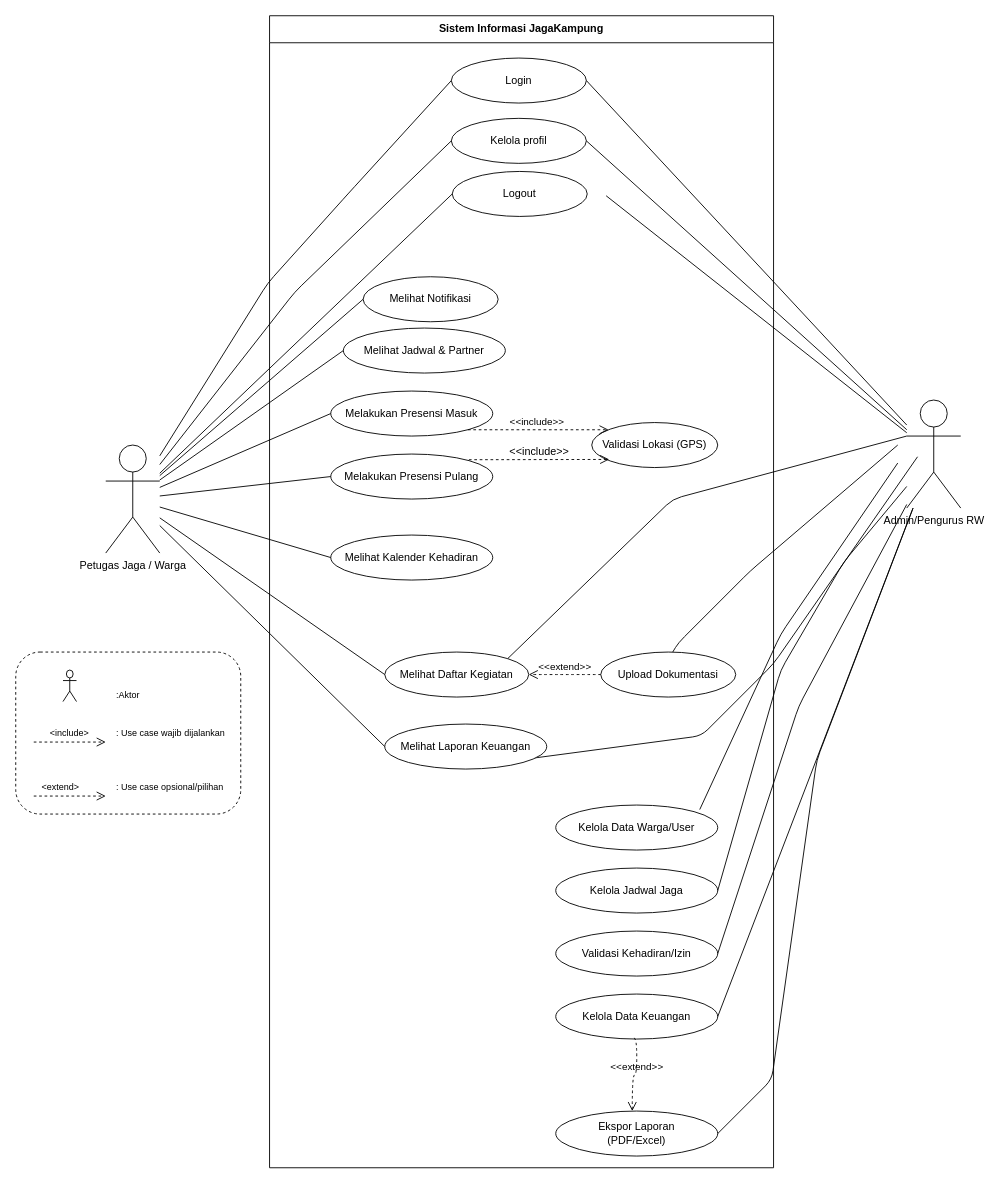
ChalvinJulianSusanto/UKK-JagaKampung keeps this draw.io diagram as docs/JagaKampung_UseCase_Diagram.drawio. Above is the earlier version. Source tidied: cells renumbered, new cells numbered last; positions are measured from the earlier drawing's top-left corner, leaving out a move shared by most shapes. Both pictures are drawn from the tidied source at 90%, with x=0, y=0 at pixel (15, 15).
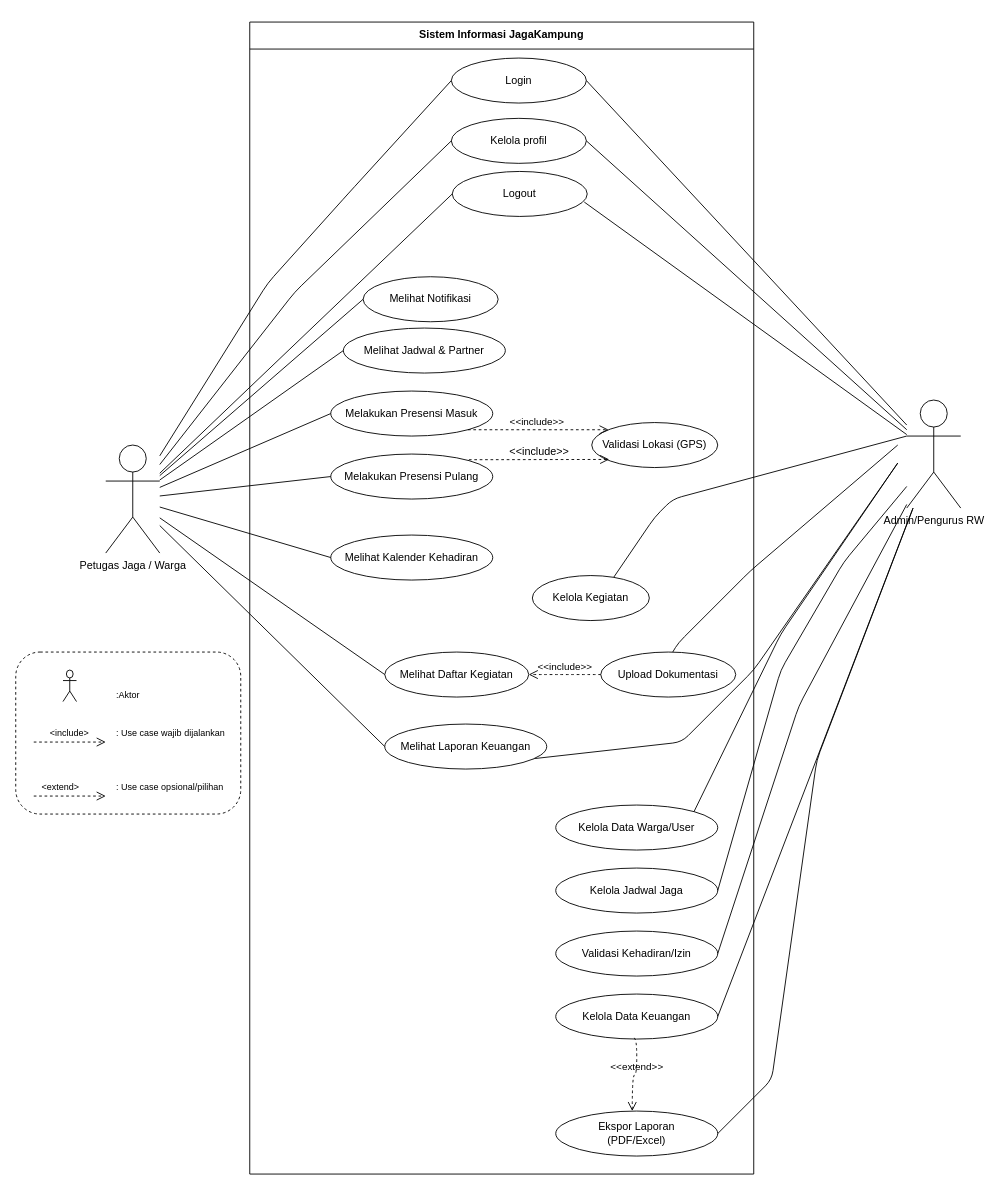
The same page after the edit.

Unchanged cells that the change refers to:
```xml
<mxCell id="6" value="Admin/Pengurus RW" style="shape=umlActor;verticalLabelPosition=bottom;verticalAlign=top;html=1;outlineConnect=0;labelBackgroundColor=none;" parent="1" vertex="1">
  <mxGeometry x="990" y="427" width="60" height="120" as="geometry" />
</mxCell>
<mxCell id="9" value="Logout" style="ellipse;whiteSpace=wrap;html=1;labelBackgroundColor=none;" parent="1" vertex="1">
  <mxGeometry x="485" y="173" width="150" height="50" as="geometry" />
</mxCell>
<mxCell id="16" value="Melihat Daftar Kegiatan" style="ellipse;whiteSpace=wrap;html=1;labelBackgroundColor=none;" parent="1" vertex="1">
  <mxGeometry x="410" y="707" width="160" height="50" as="geometry" />
</mxCell>
<mxCell id="17" value="Upload Dokumentasi" style="ellipse;whiteSpace=wrap;html=1;labelBackgroundColor=none;" parent="1" vertex="1">
  <mxGeometry x="650" y="707" width="150" height="50" as="geometry" />
</mxCell>
<mxCell id="19" value="Kelola Data Warga/User" style="ellipse;whiteSpace=wrap;html=1;labelBackgroundColor=none;" parent="1" vertex="1">
  <mxGeometry x="600" y="877" width="180" height="50" as="geometry" />
</mxCell>
```

Diff of the diagram source:
```diff
@@
     <mxCell id="2" value="Sistem Informasi JagaKampung" style="swimlane;whiteSpace=wrap;html=1;startSize=23;rounded=0;fontStyle=1;align=center;verticalAlign=top;horizontal=1;startSize=30;labelBackgroundColor=none;" parent="1" vertex="1">
-      <mxGeometry x="282" width="560" height="1280" as="geometry" />
+      <mxGeometry x="260" y="7" width="560" height="1280" as="geometry" />
     </mxCell>
@@
-    <mxCell id="4" style="edgeStyle=none;html=1;endArrow=none;entryX=1;entryY=0.5;entryDx=0;entryDy=0;labelBackgroundColor=none;fontColor=default;" parent="2" edge="1" source="6">
-      <mxGeometry relative="1" as="geometry">
-        <mxPoint x="374" y="200" as="targetPoint" />
-      </mxGeometry>
-    </mxCell>
@@
-    <mxCell id="35" style="edgeStyle=none;html=1;endArrow=none;entryX=1;entryY=0.5;entryDx=0;entryDy=0;labelBackgroundColor=none;fontColor=default;" parent="1" edge="1">
+    <mxCell id="35" style="edgeStyle=none;html=1;endArrow=none;entryX=1;entryY=0;entryDx=0;entryDy=0;labelBackgroundColor=none;fontColor=default;" parent="1" edge="1" target="19">
       <mxGeometry relative="1" as="geometry">
         <mxPoint x="980" y="497" as="sourcePoint" />
-        <mxPoint x="760" y="882" as="targetPoint" />
         <Array as="points">
           <mxPoint x="850" y="687" />
         </Array>
       </mxGeometry>
     </mxCell>
@@
-    <mxCell id="38" style="edgeStyle=none;html=1;endArrow=none;entryX=1;entryY=0;entryDx=0;entryDy=0;labelBackgroundColor=none;fontColor=default;" parent="1" edge="1" target="16">
+    <mxCell id="38" style="edgeStyle=none;html=1;endArrow=none;labelBackgroundColor=none;fontColor=default;entryX=0.687;entryY=0.071;entryDx=0;entryDy=0;entryPerimeter=0;" parent="1" edge="1" target="57">
       <mxGeometry relative="1" as="geometry">
         <mxPoint x="990" y="467" as="sourcePoint" />
         <Array as="points">
           <mxPoint x="730" y="537" />
+          <mxPoint x="710" y="557" />
         </Array>
       </mxGeometry>
     </mxCell>
@@
-    <mxCell id="42" value="&amp;lt;&amp;lt;extend&amp;gt;&amp;gt;" style="html=1;verticalAlign=bottom;endArrow=open;dashed=1;endSize=8;edgeStyle=orthogonalEdgeStyle;curved=1;labelBackgroundColor=none;fontColor=default;align=center;" parent="1" edge="1" source="17" target="16">
+    <mxCell id="42" value="&amp;lt;&amp;lt;include&amp;gt;&amp;gt;" style="html=1;verticalAlign=bottom;endArrow=open;dashed=1;endSize=8;edgeStyle=orthogonalEdgeStyle;curved=1;labelBackgroundColor=none;fontColor=default;align=center;" parent="1" edge="1" source="17" target="16">
       <mxGeometry relative="1" as="geometry" />
     </mxCell>
@@
+    <mxCell id="4" style="edgeStyle=none;html=1;endArrow=none;entryX=0.978;entryY=0.68;entryDx=0;entryDy=0;labelBackgroundColor=none;fontColor=default;entryPerimeter=0;" parent="1" edge="1" source="6" target="9">
+      <mxGeometry relative="1" as="geometry" />
+    </mxCell>
+    <mxCell id="57" value="Kelola Kegiatan" style="ellipse;whiteSpace=wrap;html=1;" parent="1" vertex="1">
+      <mxGeometry x="574" y="622" width="130" height="50" as="geometry" />
+    </mxCell>
```
